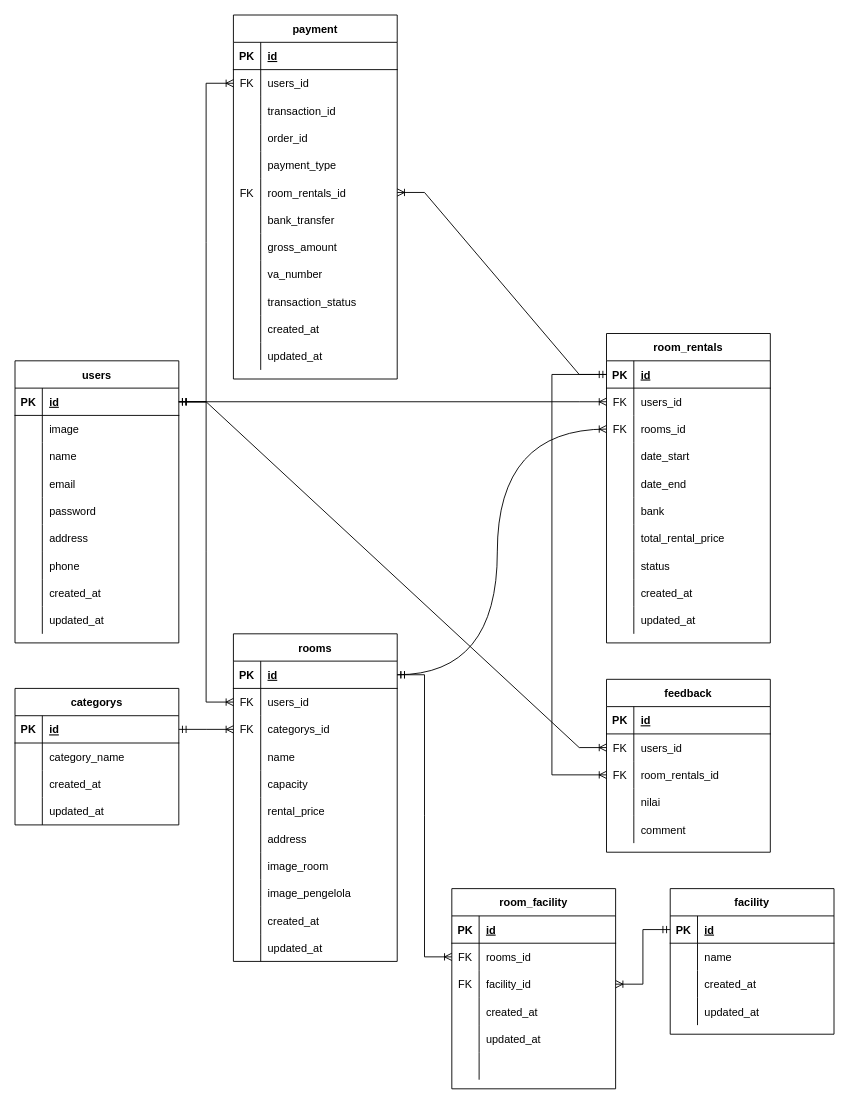
Before: erd/ERD-MNroom.drawio in Capstone-MNRoom/Capstone-MNRoom-BE, a draw.io diagram. Source tidied: cells renumbered, new cells numbered last; positions are measured from the earlier drawing's top-left corner, leaving out a move shared by most shapes. Both pictures are drawn from the tidied source at 91%, with x=0, y=0 at pixel (15, 15).
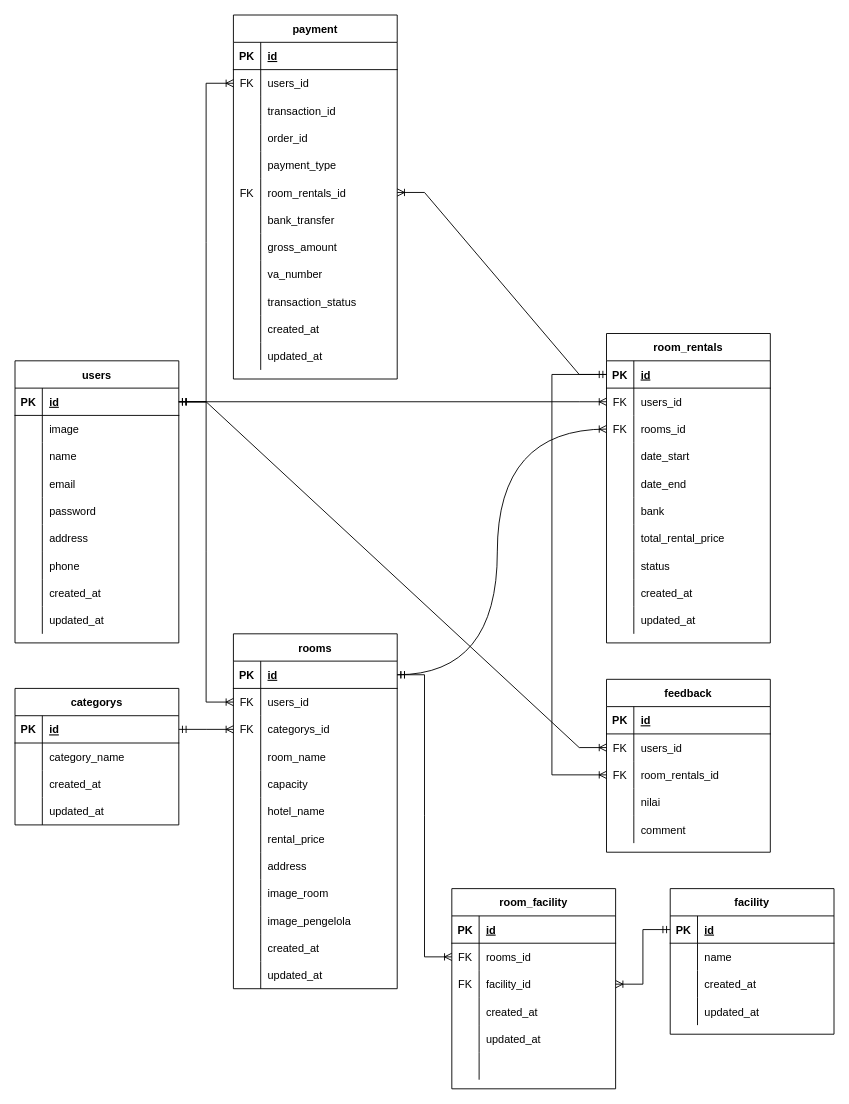
After the change.

The change refers to these unchanged cells:
```xml
<mxCell id="53" style="shape=tableRow;horizontal=0;startSize=0;swimlaneHead=0;swimlaneBody=0;fillColor=none;top=0;left=0;right=0;bottom=0;" parent="43" vertex="1">
  <mxGeometry y="120" width="180" height="30" as="geometry" />
</mxCell>
```

What changed in the source:
```diff
@@
     <mxCell id="43" value="rooms" style="shape=table;startSize=30;childLayout=tableLayout;rowLines=0;fontStyle=1;align=center;" parent="1" vertex="1">
-      <mxGeometry x="240" y="680" width="180" height="360" as="geometry" />
+      <mxGeometry x="240" y="680" width="180" height="390" as="geometry" />
     </mxCell>
@@
-    <mxCell id="55" value="name" style="shape=partialRectangle;fillColor=none;top=0;left=0;bottom=0;right=0;align=left;spacingLeft=6;overflow=hidden;" parent="53" vertex="1">
+    <mxCell id="55" value="room_name" style="shape=partialRectangle;fillColor=none;top=0;left=0;bottom=0;right=0;align=left;spacingLeft=6;overflow=hidden;" parent="53" vertex="1">
       <mxGeometry x="30" width="150" height="30" as="geometry" />
     </mxCell>
@@
+    <mxCell id="203" style="shape=tableRow;horizontal=0;startSize=0;swimlaneHead=0;swimlaneBody=0;fillColor=none;top=0;left=0;right=0;bottom=0;" parent="43" vertex="1">
+      <mxGeometry y="180" width="180" height="30" as="geometry" />
+    </mxCell>
+    <mxCell id="204" style="shape=partialRectangle;fillColor=none;top=0;left=0;bottom=0;right=0;overflow=hidden;" parent="203" vertex="1">
+      <mxGeometry width="30" height="30" as="geometry" />
+    </mxCell>
+    <mxCell id="205" value="hotel_name" style="shape=partialRectangle;fillColor=none;top=0;left=0;bottom=0;right=0;align=left;spacingLeft=6;overflow=hidden;" parent="203" vertex="1">
+      <mxGeometry x="30" width="150" height="30" as="geometry" />
+    </mxCell>
     <mxCell id="59" style="shape=tableRow;horizontal=0;startSize=0;swimlaneHead=0;swimlaneBody=0;fillColor=none;top=0;left=0;right=0;bottom=0;" parent="43" vertex="1">
-      <mxGeometry y="180" width="180" height="30" as="geometry" />
+      <mxGeometry y="210" width="180" height="30" as="geometry" />
     </mxCell>
@@
     <mxCell id="62" style="shape=tableRow;horizontal=0;startSize=0;swimlaneHead=0;swimlaneBody=0;fillColor=none;top=0;left=0;right=0;bottom=0;" parent="43" vertex="1">
-      <mxGeometry y="210" width="180" height="30" as="geometry" />
+      <mxGeometry y="240" width="180" height="30" as="geometry" />
     </mxCell>
@@
     <mxCell id="65" style="shape=tableRow;horizontal=0;startSize=0;swimlaneHead=0;swimlaneBody=0;fillColor=none;top=0;left=0;right=0;bottom=0;" parent="43" vertex="1">
-      <mxGeometry y="240" width="180" height="30" as="geometry" />
+      <mxGeometry y="270" width="180" height="30" as="geometry" />
     </mxCell>
@@
     <mxCell id="68" style="shape=tableRow;horizontal=0;startSize=0;swimlaneHead=0;swimlaneBody=0;fillColor=none;top=0;left=0;right=0;bottom=0;" parent="43" vertex="1">
-      <mxGeometry y="270" width="180" height="30" as="geometry" />
+      <mxGeometry y="300" width="180" height="30" as="geometry" />
     </mxCell>
@@
     <mxCell id="71" style="shape=tableRow;horizontal=0;startSize=0;swimlaneHead=0;swimlaneBody=0;fillColor=none;top=0;left=0;right=0;bottom=0;" parent="43" vertex="1">
-      <mxGeometry y="300" width="180" height="30" as="geometry" />
+      <mxGeometry y="330" width="180" height="30" as="geometry" />
     </mxCell>
@@
     <mxCell id="74" style="shape=tableRow;horizontal=0;startSize=0;swimlaneHead=0;swimlaneBody=0;fillColor=none;top=0;left=0;right=0;bottom=0;" parent="43" vertex="1">
-      <mxGeometry y="330" width="180" height="30" as="geometry" />
+      <mxGeometry y="360" width="180" height="30" as="geometry" />
     </mxCell>
```
